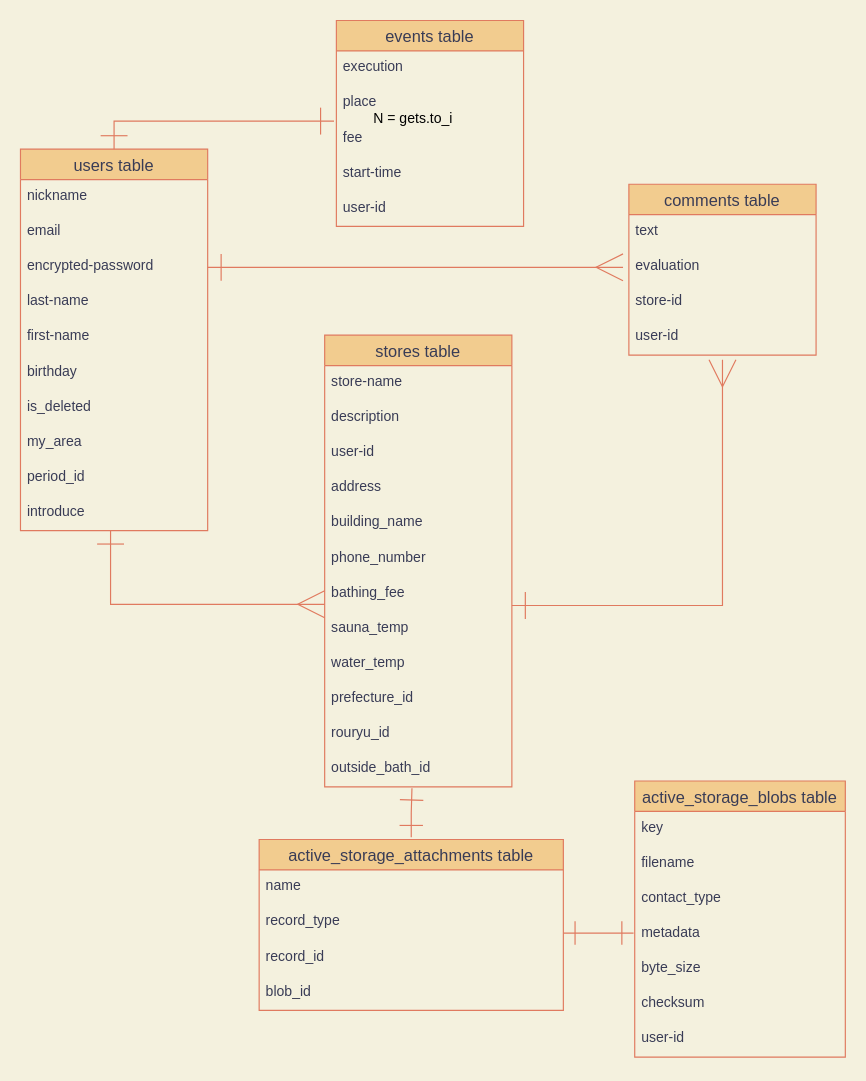
Above: sauna.dio in ft529y/sauna-36416 (draw.io), before the change. Source tidied: cells renumbered, new cells numbered last; positions are measured from the earlier drawing's top-left corner, leaving out a move shared by most shapes. Both pictures are drawn from the tidied source at 117%, with x=0, y=0 at pixel (20, 20).
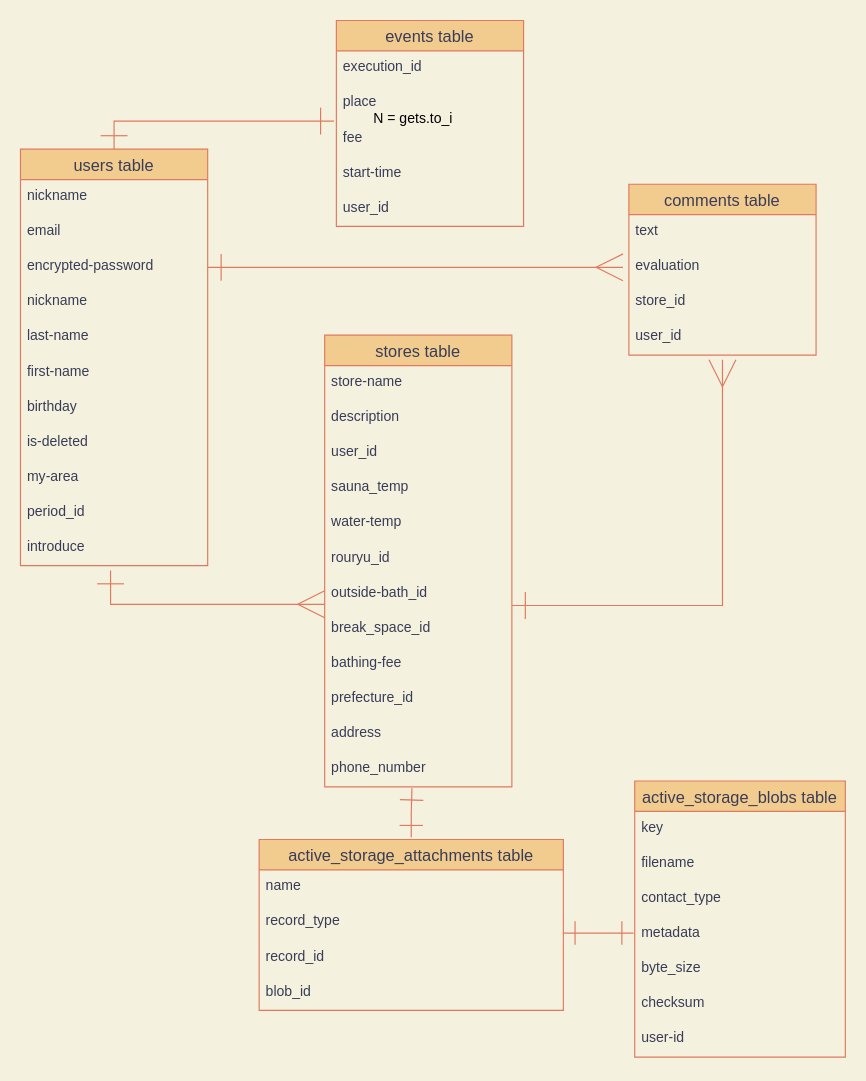
Above is the later version.

The change refers to these unchanged cells:
```xml
<mxCell id="13" value="comments table" style="swimlane;fontStyle=0;horizontal=1;startSize=26;align=center;fontSize=14;fillColor=#F2CC8F;strokeColor=#E07A5F;fontColor=#393C56;" parent="1" vertex="1">
  <mxGeometry x="520" y="140" width="160" height="146" as="geometry" />
</mxCell>
<mxCell id="18" value="stores table" style="swimlane;fontStyle=0;horizontal=1;startSize=26;align=center;fontSize=14;fillColor=#F2CC8F;strokeColor=#E07A5F;fontColor=#393C56;" parent="1" vertex="1">
  <mxGeometry x="260" y="269" width="160" height="386" as="geometry" />
</mxCell>
<mxCell id="51" value="events table" style="swimlane;fontStyle=0;horizontal=1;startSize=26;align=center;fontSize=14;fillColor=#F2CC8F;strokeColor=#E07A5F;fontColor=#393C56;" parent="1" vertex="1">
  <mxGeometry x="270" width="160" height="176" as="geometry" />
</mxCell>
```

What changed in the source:
```diff
@@
     <mxCell id="2" value="users table" style="swimlane;fontStyle=0;horizontal=1;startSize=26;align=center;fontSize=14;fillColor=#F2CC8F;strokeColor=#E07A5F;fontColor=#393C56;" parent="1" vertex="1">
-      <mxGeometry y="110" width="160" height="326" as="geometry" />
+      <mxGeometry y="110" width="160" height="356" as="geometry" />
     </mxCell>
@@
-    <mxCell id="6" value="last-name" style="text;strokeColor=none;fillColor=none;spacingLeft=4;spacingRight=4;overflow=hidden;fontSize=12;fontColor=#393C56;" parent="2" vertex="1">
+    <mxCell id="6" value="nickname" style="text;strokeColor=none;fillColor=none;spacingLeft=4;spacingRight=4;overflow=hidden;fontSize=12;fontColor=#393C56;" parent="2" vertex="1">
       <mxGeometry y="116" width="160" height="30" as="geometry" />
     </mxCell>
-    <mxCell id="7" value="first-name" style="text;strokeColor=none;fillColor=none;spacingLeft=4;spacingRight=4;overflow=hidden;fontSize=12;fontColor=#393C56;" parent="2" vertex="1">
+    <mxCell id="7" value="last-name" style="text;strokeColor=none;fillColor=none;spacingLeft=4;spacingRight=4;overflow=hidden;fontSize=12;fontColor=#393C56;" parent="2" vertex="1">
       <mxGeometry y="146" width="160" height="30" as="geometry" />
     </mxCell>
-    <mxCell id="8" value="birthday" style="text;strokeColor=none;fillColor=none;spacingLeft=4;spacingRight=4;overflow=hidden;fontSize=12;fontColor=#393C56;" parent="2" vertex="1">
+    <mxCell id="8" value="first-name" style="text;strokeColor=none;fillColor=none;spacingLeft=4;spacingRight=4;overflow=hidden;fontSize=12;fontColor=#393C56;" parent="2" vertex="1">
       <mxGeometry y="176" width="160" height="30" as="geometry" />
     </mxCell>
-    <mxCell id="9" value="is_deleted" style="text;strokeColor=none;fillColor=none;spacingLeft=4;spacingRight=4;overflow=hidden;fontSize=12;fontColor=#393C56;" parent="2" vertex="1">
+    <mxCell id="9" value="birthday" style="text;strokeColor=none;fillColor=none;spacingLeft=4;spacingRight=4;overflow=hidden;fontSize=12;fontColor=#393C56;" parent="2" vertex="1">
       <mxGeometry y="206" width="160" height="30" as="geometry" />
     </mxCell>
-    <mxCell id="10" value="my_area" style="text;strokeColor=none;fillColor=none;spacingLeft=4;spacingRight=4;overflow=hidden;fontSize=12;fontColor=#393C56;" parent="2" vertex="1">
+    <mxCell id="10" value="is-deleted" style="text;strokeColor=none;fillColor=none;spacingLeft=4;spacingRight=4;overflow=hidden;fontSize=12;fontColor=#393C56;" parent="2" vertex="1">
       <mxGeometry y="236" width="160" height="30" as="geometry" />
     </mxCell>
-    <mxCell id="11" value="period_id  " style="text;strokeColor=none;fillColor=none;spacingLeft=4;spacingRight=4;overflow=hidden;fontSize=12;fontColor=#393C56;" parent="2" vertex="1">
+    <mxCell id="11" value="my-area" style="text;strokeColor=none;fillColor=none;spacingLeft=4;spacingRight=4;overflow=hidden;fontSize=12;fontColor=#393C56;" parent="2" vertex="1">
       <mxGeometry y="266" width="160" height="30" as="geometry" />
     </mxCell>
+    <mxCell id="57" value="period_id" style="text;strokeColor=none;fillColor=none;spacingLeft=4;spacingRight=4;overflow=hidden;fontSize=12;fontColor=#393C56;" parent="2" vertex="1">
+      <mxGeometry y="296" width="160" height="30" as="geometry" />
+    </mxCell>
     <mxCell id="12" value="introduce" style="text;strokeColor=none;fillColor=none;spacingLeft=4;spacingRight=4;overflow=hidden;fontSize=12;fontColor=#393C56;" parent="2" vertex="1">
-      <mxGeometry y="296" width="160" height="30" as="geometry" />
+      <mxGeometry y="326" width="160" height="30" as="geometry" />
     </mxCell>
@@
-    <mxCell id="16" value="store-id" style="text;strokeColor=none;fillColor=none;spacingLeft=4;spacingRight=4;overflow=hidden;fontSize=12;fontColor=#393C56;" parent="13" vertex="1">
+    <mxCell id="16" value="store_id" style="text;strokeColor=none;fillColor=none;spacingLeft=4;spacingRight=4;overflow=hidden;fontSize=12;fontColor=#393C56;" parent="13" vertex="1">
       <mxGeometry y="86" width="160" height="30" as="geometry" />
     </mxCell>
-    <mxCell id="17" value="user-id" style="text;strokeColor=none;fillColor=none;spacingLeft=4;spacingRight=4;overflow=hidden;fontSize=12;fontColor=#393C56;" parent="13" vertex="1">
+    <mxCell id="17" value="user_id" style="text;strokeColor=none;fillColor=none;spacingLeft=4;spacingRight=4;overflow=hidden;fontSize=12;fontColor=#393C56;" parent="13" vertex="1">
       <mxGeometry y="116" width="160" height="30" as="geometry" />
     </mxCell>
@@
-    <mxCell id="21" value="user-id" style="text;strokeColor=none;fillColor=none;spacingLeft=4;spacingRight=4;overflow=hidden;fontSize=12;fontColor=#393C56;" parent="18" vertex="1">
+    <mxCell id="21" value="user_id" style="text;strokeColor=none;fillColor=none;spacingLeft=4;spacingRight=4;overflow=hidden;fontSize=12;fontColor=#393C56;" parent="18" vertex="1">
       <mxGeometry y="86" width="160" height="30" as="geometry" />
     </mxCell>
-    <mxCell id="22" value="address" style="text;strokeColor=none;fillColor=none;spacingLeft=4;spacingRight=4;overflow=hidden;fontSize=12;fontColor=#393C56;" parent="18" vertex="1">
+    <mxCell id="22" value="sauna_temp" style="text;strokeColor=none;fillColor=none;spacingLeft=4;spacingRight=4;overflow=hidden;fontSize=12;fontColor=#393C56;" parent="18" vertex="1">
       <mxGeometry y="116" width="160" height="30" as="geometry" />
     </mxCell>
-    <mxCell id="23" value="building_name" style="text;strokeColor=none;fillColor=none;spacingLeft=4;spacingRight=4;overflow=hidden;fontSize=12;fontColor=#393C56;" parent="18" vertex="1">
+    <mxCell id="23" value="water-temp" style="text;strokeColor=none;fillColor=none;spacingLeft=4;spacingRight=4;overflow=hidden;fontSize=12;fontColor=#393C56;" parent="18" vertex="1">
       <mxGeometry y="146" width="160" height="30" as="geometry" />
     </mxCell>
-    <mxCell id="24" value="phone_number" style="text;strokeColor=none;fillColor=none;spacingLeft=4;spacingRight=4;overflow=hidden;fontSize=12;fontColor=#393C56;" parent="18" vertex="1">
+    <mxCell id="24" value="rouryu_id" style="text;strokeColor=none;fillColor=none;spacingLeft=4;spacingRight=4;overflow=hidden;fontSize=12;fontColor=#393C56;" parent="18" vertex="1">
       <mxGeometry y="176" width="160" height="30" as="geometry" />
     </mxCell>
-    <mxCell id="25" value="bathing_fee" style="text;strokeColor=none;fillColor=none;spacingLeft=4;spacingRight=4;overflow=hidden;fontSize=12;fontColor=#393C56;" parent="18" vertex="1">
+    <mxCell id="25" value="outside-bath_id" style="text;strokeColor=none;fillColor=none;spacingLeft=4;spacingRight=4;overflow=hidden;fontSize=12;fontColor=#393C56;" parent="18" vertex="1">
       <mxGeometry y="206" width="160" height="30" as="geometry" />
     </mxCell>
-    <mxCell id="26" value="sauna_temp" style="text;strokeColor=none;fillColor=none;spacingLeft=4;spacingRight=4;overflow=hidden;fontSize=12;fontColor=#393C56;" parent="18" vertex="1">
+    <mxCell id="26" value="break_space_id" style="text;strokeColor=none;fillColor=none;spacingLeft=4;spacingRight=4;overflow=hidden;fontSize=12;fontColor=#393C56;" parent="18" vertex="1">
       <mxGeometry y="236" width="160" height="30" as="geometry" />
     </mxCell>
-    <mxCell id="27" value="water_temp" style="text;strokeColor=none;fillColor=none;spacingLeft=4;spacingRight=4;overflow=hidden;fontSize=12;fontColor=#393C56;" parent="18" vertex="1">
+    <mxCell id="27" value="bathing-fee" style="text;strokeColor=none;fillColor=none;spacingLeft=4;spacingRight=4;overflow=hidden;fontSize=12;fontColor=#393C56;" parent="18" vertex="1">
       <mxGeometry y="266" width="160" height="30" as="geometry" />
     </mxCell>
@@
-    <mxCell id="29" value="rouryu_id" style="text;strokeColor=none;fillColor=none;spacingLeft=4;spacingRight=4;overflow=hidden;fontSize=12;fontColor=#393C56;" parent="18" vertex="1">
+    <mxCell id="29" value="address" style="text;strokeColor=none;fillColor=none;spacingLeft=4;spacingRight=4;overflow=hidden;fontSize=12;fontColor=#393C56;" parent="18" vertex="1">
       <mxGeometry y="326" width="160" height="30" as="geometry" />
     </mxCell>
-    <mxCell id="30" value="outside_bath_id" style="text;strokeColor=none;fillColor=none;spacingLeft=4;spacingRight=4;overflow=hidden;fontSize=12;fontColor=#393C56;" parent="18" vertex="1">
+    <mxCell id="30" value="phone_number" style="text;strokeColor=none;fillColor=none;spacingLeft=4;spacingRight=4;overflow=hidden;fontSize=12;fontColor=#393C56;" parent="18" vertex="1">
       <mxGeometry y="356" width="160" height="30" as="geometry" />
     </mxCell>
@@
     <mxCell id="32" style="edgeStyle=orthogonalEdgeStyle;rounded=0;orthogonalLoop=1;jettySize=auto;html=1;targetPerimeterSpacing=6;sourcePerimeterSpacing=6;endSize=21;startSize=21;endArrow=ERone;endFill=0;startArrow=ERmany;startFill=0;labelBackgroundColor=#F4F1DE;strokeColor=#E07A5F;fontColor=#393C56;" parent="1" edge="1">
       <mxGeometry relative="1" as="geometry">
         <mxPoint x="260" y="499" as="sourcePoint" />
-        <mxPoint x="77" y="436" as="targetPoint" />
+        <mxPoint x="77" y="470" as="targetPoint" />
         <Array as="points">
           <mxPoint x="260" y="499" />
           <mxPoint x="77" y="499" />
         </Array>
       </mxGeometry>
     </mxCell>
@@
-    <mxCell id="52" value="execution" style="text;strokeColor=none;fillColor=none;spacingLeft=4;spacingRight=4;overflow=hidden;fontSize=12;fontColor=#393C56;" parent="51" vertex="1">
+    <mxCell id="52" value="execution_id" style="text;strokeColor=none;fillColor=none;spacingLeft=4;spacingRight=4;overflow=hidden;fontSize=12;fontColor=#393C56;" parent="51" vertex="1">
       <mxGeometry y="26" width="160" height="30" as="geometry" />
     </mxCell>
@@
-    <mxCell id="56" value="user-id" style="text;strokeColor=none;fillColor=none;spacingLeft=4;spacingRight=4;overflow=hidden;fontSize=12;fontColor=#393C56;" parent="51" vertex="1">
+    <mxCell id="56" value="user_id" style="text;strokeColor=none;fillColor=none;spacingLeft=4;spacingRight=4;overflow=hidden;fontSize=12;fontColor=#393C56;" parent="51" vertex="1">
       <mxGeometry y="146" width="160" height="30" as="geometry" />
     </mxCell>
```
